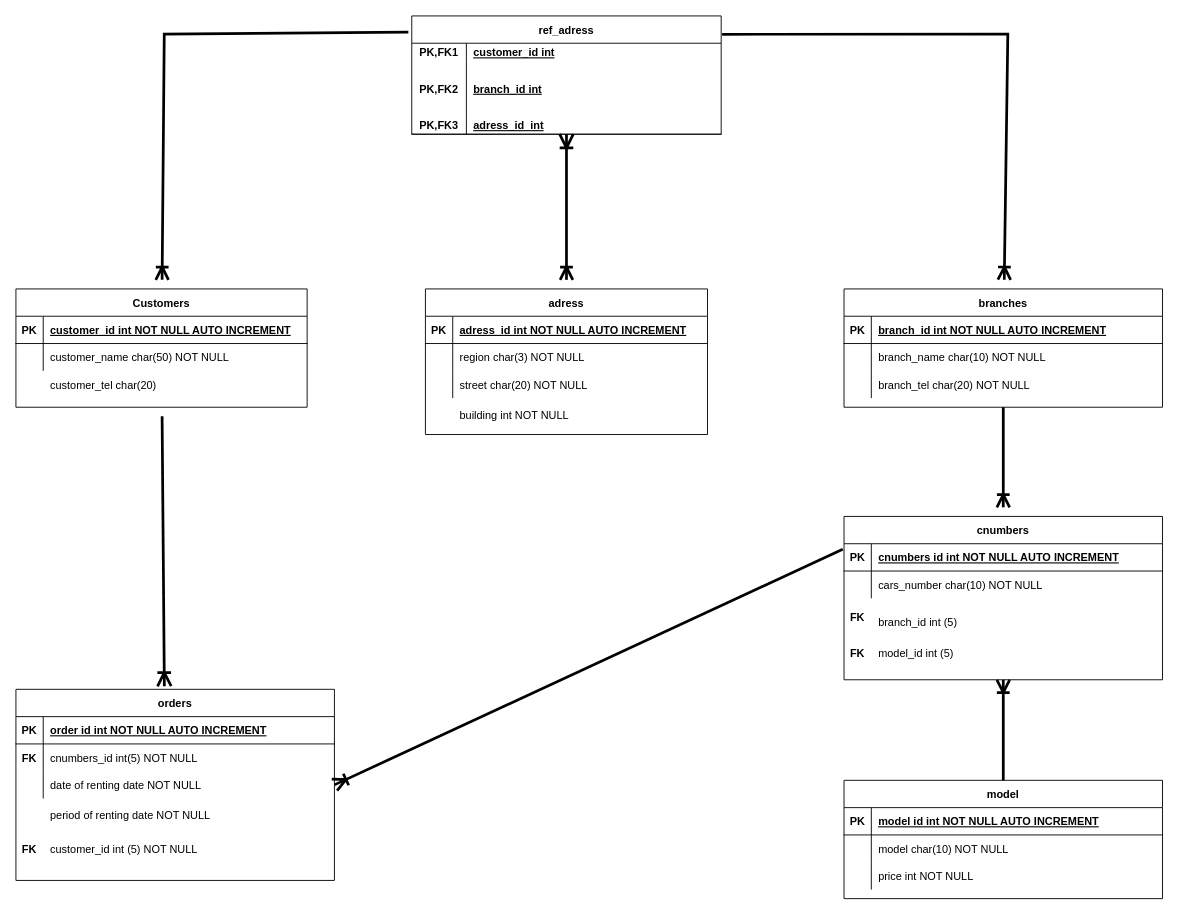
The draw.io diagram DB/proj.drawio in ho1331/python-education, before the edit. Source tidied: cells renumbered, new cells numbered last; positions are measured from the earlier drawing's top-left corner, leaving out a move shared by most shapes. Both pictures are drawn from the tidied source at 91%, with x=0, y=0 at pixel (15, 15).
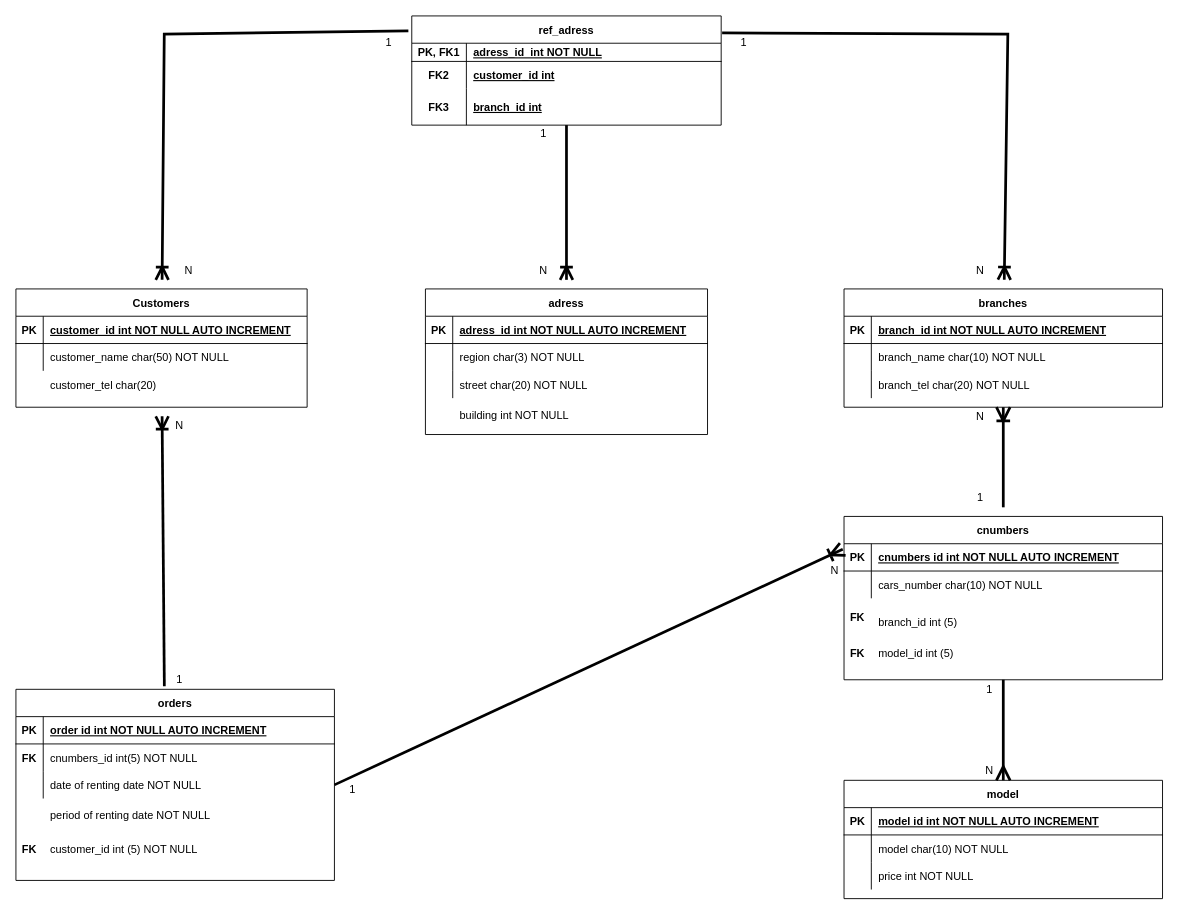
After the change.

Unchanged cells that the change refers to:
```xml
<mxCell id="3" value="branches" style="shape=table;startSize=30;childLayout=tableLayout;rowLines=0;fontStyle=1;align=center;" parent="1" vertex="1">
  <mxGeometry x="910" y="300" width="350" height="130" as="geometry" />
</mxCell>
<mxCell id="24" value="Customers" style="shape=table;startSize=30;childLayout=tableLayout;rowLines=0;fontStyle=1;align=center;" parent="23" vertex="1">
  <mxGeometry width="320" height="130" as="geometry" />
</mxCell>
<mxCell id="34" value="model" style="shape=table;startSize=30;childLayout=tableLayout;rowLines=0;fontStyle=1;align=center;" parent="1" vertex="1">
  <mxGeometry x="910" y="840" width="350" height="130" as="geometry" />
</mxCell>
<mxCell id="46" value="adress" style="shape=table;startSize=30;childLayout=tableLayout;rowLines=0;fontStyle=1;align=center;" parent="45" vertex="1">
  <mxGeometry width="310" height="160" as="geometry" />
</mxCell>
<mxCell id="57" style="group;" parent="1" vertex="1">
  <mxGeometry x="910" y="550" width="350" height="290" as="geometry" />
</mxCell>
<mxCell id="58" style="group;" parent="57" vertex="1">
  <mxGeometry width="350" height="248.6" as="geometry" />
</mxCell>
<mxCell id="60" value="cnumbers" style="shape=table;startSize=30;childLayout=tableLayout;rowLines=0;fontStyle=1;align=center;" parent="59" vertex="1">
  <mxGeometry width="350" height="179.5" as="geometry" />
</mxCell>
<mxCell id="61" style="shape=partialRectangle;fillColor=none;points=[[0,0.5],[1,0.5]];portConstraint=eastwest;top=0;left=0;right=0;bottom=1;" parent="60" vertex="1">
  <mxGeometry y="30" width="350" height="30" as="geometry" />
</mxCell>
<mxCell id="73" value="orders" style="shape=table;startSize=30;childLayout=tableLayout;rowLines=0;fontStyle=1;align=center;" parent="72" vertex="1">
  <mxGeometry width="350" height="210" as="geometry" />
</mxCell>
<mxCell id="80" style="shape=partialRectangle;fillColor=none;points=[[0,0.5],[1,0.5]];portConstraint=eastwest;top=0;left=0;right=0;bottom=0;" parent="73" vertex="1">
  <mxGeometry y="90" width="350" height="30" as="geometry" />
</mxCell>
```

The edit, as a diff of the source:
```diff
@@
     <mxCell id="13" value="ref_adress" style="shape=table;startSize=30;childLayout=tableLayout;rowLines=0;fontStyle=1;align=center;" parent="1" vertex="1">
-      <mxGeometry x="435" width="340" height="130" as="geometry" />
+      <mxGeometry x="435" width="340" height="120" as="geometry" />
     </mxCell>
+    <mxCell id="20" style="shape=partialRectangle;fillColor=none;top=0;left=0;bottom=1;right=0;" parent="13" vertex="1">
+      <mxGeometry y="30" width="340" height="20" as="geometry" />
+    </mxCell>
+    <mxCell id="21" value="PK, FK1" style="shape=partialRectangle;fillColor=none;top=0;left=0;bottom=0;right=0;fontStyle=1;overflow=hidden;" parent="20" vertex="1">
+      <mxGeometry width="60" height="20" as="geometry" />
+    </mxCell>
+    <mxCell id="22" value="adress_id  int NOT NULL" style="shape=partialRectangle;fillColor=none;top=0;left=0;bottom=0;right=0;align=left;spacingLeft=6;fontStyle=5;overflow=hidden;" parent="20" vertex="1">
+      <mxGeometry x="60" width="280" height="20" as="geometry" />
+    </mxCell>
     <mxCell id="14" style="shape=partialRectangle;fillColor=none;top=0;left=0;bottom=0;right=0;" parent="13" vertex="1">
-      <mxGeometry y="30" width="340" height="20" as="geometry" />
+      <mxGeometry y="50" width="340" height="30" as="geometry" />
     </mxCell>
-    <mxCell id="15" value="PK,FK1" style="shape=partialRectangle;fillColor=none;top=0;left=0;bottom=0;right=0;fontStyle=1;overflow=hidden;" parent="14" vertex="1">
-      <mxGeometry width="60" height="20" as="geometry" />
+    <mxCell id="15" value="FK2" style="shape=partialRectangle;fillColor=none;top=0;left=0;bottom=0;right=0;fontStyle=1;overflow=hidden;" parent="14" vertex="1">
+      <mxGeometry width="60" height="30" as="geometry" />
     </mxCell>
     <mxCell id="16" value="customer_id int" style="shape=partialRectangle;fillColor=none;top=0;left=0;bottom=0;right=0;align=left;spacingLeft=6;fontStyle=5;overflow=hidden;" parent="14" vertex="1">
-      <mxGeometry x="60" width="280" height="20" as="geometry" />
+      <mxGeometry x="60" width="280" height="30" as="geometry" />
     </mxCell>
     <mxCell id="17" style="shape=partialRectangle;fillColor=none;top=0;left=0;bottom=0;right=0;" parent="13" vertex="1">
-      <mxGeometry y="50" width="340" height="60" as="geometry" />
+      <mxGeometry y="80" width="340" height="40" as="geometry" />
     </mxCell>
-    <mxCell id="18" value="PK,FK2" style="shape=partialRectangle;fillColor=none;top=0;left=0;bottom=0;right=0;overflow=hidden;fontStyle=1;" parent="17" vertex="1">
-      <mxGeometry width="60" height="60" as="geometry" />
+    <mxCell id="18" value="FK3" style="shape=partialRectangle;fillColor=none;top=0;left=0;bottom=0;right=0;overflow=hidden;fontStyle=1;" parent="17" vertex="1">
+      <mxGeometry width="60" height="40" as="geometry" />
     </mxCell>
     <mxCell id="19" value="branch_id int" style="shape=partialRectangle;fillColor=none;top=0;left=0;bottom=0;right=0;align=left;spacingLeft=6;overflow=hidden;fontStyle=5;" parent="17" vertex="1">
-      <mxGeometry x="60" width="280" height="60" as="geometry" />
+      <mxGeometry x="60" width="280" height="40" as="geometry" />
     </mxCell>
-    <mxCell id="20" style="shape=partialRectangle;fillColor=none;top=0;left=0;bottom=1;right=0;" parent="13" vertex="1">
-      <mxGeometry y="110" width="340" height="20" as="geometry" />
-    </mxCell>
-    <mxCell id="21" value="PK,FK3" style="shape=partialRectangle;fillColor=none;top=0;left=0;bottom=0;right=0;fontStyle=1;overflow=hidden;" parent="20" vertex="1">
-      <mxGeometry width="60" height="20" as="geometry" />
-    </mxCell>
-    <mxCell id="22" value="adress_id  int" style="shape=partialRectangle;fillColor=none;top=0;left=0;bottom=0;right=0;align=left;spacingLeft=6;fontStyle=5;overflow=hidden;" parent="20" vertex="1">
-      <mxGeometry x="60" width="280" height="20" as="geometry" />
-    </mxCell>
@@
+    <mxCell id="92" value="1" style="text;html=1;strokeColor=none;fillColor=none;align=center;verticalAlign=middle;whiteSpace=wrap;rounded=0;" parent="58" vertex="1">
+      <mxGeometry x="140" y="179.5" width="40" height="20" as="geometry" />
+    </mxCell>
+    <mxCell id="93" value="N" style="text;html=1;strokeColor=none;fillColor=none;align=center;verticalAlign=middle;whiteSpace=wrap;rounded=0;" parent="57" vertex="1">
+      <mxGeometry x="140" y="270" width="40" height="20" as="geometry" />
+    </mxCell>
@@
-    <mxCell id="71" style="edgeStyle=none;rounded=0;jumpSize=9;jettySize=auto;html=1;entryX=0.5;entryY=1;entryDx=0;entryDy=0;startArrow=ERoneToMany;startFill=0;endArrow=ERoneToMany;endFill=0;startSize=10;endSize=11;sourcePerimeterSpacing=10;targetPerimeterSpacing=10;strokeWidth=3;" parent="1" edge="1" source="46" target="13">
+    <mxCell id="71" style="edgeStyle=none;rounded=0;jumpSize=9;jettySize=auto;html=1;entryX=0.5;entryY=1;entryDx=0;entryDy=0;startArrow=ERoneToMany;startFill=0;endArrow=none;endFill=0;startSize=10;endSize=11;sourcePerimeterSpacing=10;targetPerimeterSpacing=10;strokeWidth=3;" parent="1" edge="1" source="46" target="13">
       <mxGeometry relative="1" as="geometry" />
     </mxCell>
@@
-    <mxCell id="87" style="edgeStyle=none;rounded=0;jumpSize=9;jettySize=auto;html=1;entryX=0.466;entryY=-0.016;entryDx=0;entryDy=0;entryPerimeter=0;startArrow=none;startFill=0;endArrow=ERoneToMany;endFill=0;startSize=10;endSize=11;sourcePerimeterSpacing=10;targetPerimeterSpacing=10;strokeWidth=3;" parent="1" edge="1" source="24" target="73">
+    <mxCell id="87" style="edgeStyle=none;rounded=0;jumpSize=9;jettySize=auto;html=1;entryX=0.466;entryY=-0.016;entryDx=0;entryDy=0;entryPerimeter=0;startArrow=ERoneToMany;startFill=0;endArrow=none;endFill=0;startSize=10;endSize=11;sourcePerimeterSpacing=10;targetPerimeterSpacing=10;strokeWidth=3;" parent="1" edge="1" source="24" target="73">
       <mxGeometry relative="1" as="geometry" />
     </mxCell>
-    <mxCell id="88" style="edgeStyle=none;rounded=0;jumpSize=9;jettySize=auto;html=1;entryX=-0.004;entryY=0.202;entryDx=0;entryDy=0;entryPerimeter=0;startArrow=ERoneToMany;startFill=0;endArrow=none;endFill=0;startSize=10;endSize=11;sourcePerimeterSpacing=10;targetPerimeterSpacing=10;strokeWidth=3;exitX=1;exitY=0.5;exitDx=0;exitDy=0;" parent="1" edge="1" source="80" target="61">
+    <mxCell id="88" style="edgeStyle=none;rounded=0;jumpSize=9;jettySize=auto;html=1;entryX=-0.004;entryY=0.202;entryDx=0;entryDy=0;entryPerimeter=0;startArrow=none;startFill=0;endArrow=ERoneToMany;endFill=0;startSize=10;endSize=11;sourcePerimeterSpacing=10;targetPerimeterSpacing=10;strokeWidth=3;exitX=1;exitY=0.5;exitDx=0;exitDy=0;" parent="1" edge="1" source="80" target="61">
       <mxGeometry relative="1" as="geometry" />
     </mxCell>
@@
-    <mxCell id="90" style="edgeStyle=none;rounded=0;jumpSize=9;jettySize=auto;html=1;entryX=0.5;entryY=1;entryDx=0;entryDy=0;startArrow=ERoneToMany;startFill=0;endArrow=none;endFill=0;startSize=10;endSize=11;sourcePerimeterSpacing=10;targetPerimeterSpacing=10;strokeWidth=3;" parent="1" edge="1" source="60" target="3">
+    <mxCell id="90" style="edgeStyle=none;rounded=0;jumpSize=9;jettySize=auto;html=1;entryX=0.5;entryY=1;entryDx=0;entryDy=0;startArrow=none;startFill=0;endArrow=ERoneToMany;endFill=0;startSize=10;endSize=11;sourcePerimeterSpacing=10;targetPerimeterSpacing=10;strokeWidth=3;" parent="1" edge="1" source="60" target="3">
       <mxGeometry relative="1" as="geometry" />
     </mxCell>
-    <mxCell id="91" style="edgeStyle=none;rounded=0;jumpSize=9;jettySize=auto;html=1;exitX=0.5;exitY=1;exitDx=0;exitDy=0;entryX=0.5;entryY=0;entryDx=0;entryDy=0;startArrow=ERoneToMany;startFill=0;endArrow=none;endFill=0;startSize=10;endSize=11;sourcePerimeterSpacing=10;targetPerimeterSpacing=10;strokeWidth=3;" parent="1" edge="1" source="60" target="34">
+    <mxCell id="91" style="edgeStyle=none;rounded=0;jumpSize=9;jettySize=auto;html=1;exitX=0.5;exitY=1;exitDx=0;exitDy=0;entryX=0.5;entryY=0;entryDx=0;entryDy=0;startArrow=none;startFill=0;endArrow=ERmany;endFill=0;startSize=10;endSize=11;sourcePerimeterSpacing=10;targetPerimeterSpacing=10;strokeWidth=3;" parent="1" edge="1" source="60" target="34">
       <mxGeometry relative="1" as="geometry" />
     </mxCell>
+    <mxCell id="94" value="1" style="text;html=1;strokeColor=none;fillColor=none;align=center;verticalAlign=middle;whiteSpace=wrap;rounded=0;" parent="1" vertex="1">
+      <mxGeometry x="390" y="20" width="40" height="20" as="geometry" />
+    </mxCell>
+    <mxCell id="95" value="1" style="text;html=1;strokeColor=none;fillColor=none;align=center;verticalAlign=middle;whiteSpace=wrap;rounded=0;" parent="1" vertex="1">
+      <mxGeometry x="560" y="120" width="40" height="20" as="geometry" />
+    </mxCell>
+    <mxCell id="96" value="1" style="text;html=1;strokeColor=none;fillColor=none;align=center;verticalAlign=middle;whiteSpace=wrap;rounded=0;" parent="1" vertex="1">
+      <mxGeometry x="780" y="20" width="40" height="20" as="geometry" />
+    </mxCell>
+    <mxCell id="97" value="1" style="text;html=1;strokeColor=none;fillColor=none;align=center;verticalAlign=middle;whiteSpace=wrap;rounded=0;" parent="1" vertex="1">
+      <mxGeometry x="1040" y="520" width="40" height="20" as="geometry" />
+    </mxCell>
+    <mxCell id="98" value="1" style="text;html=1;strokeColor=none;fillColor=none;align=center;verticalAlign=middle;whiteSpace=wrap;rounded=0;" parent="1" vertex="1">
+      <mxGeometry x="350" y="840" width="40" height="20" as="geometry" />
+    </mxCell>
+    <mxCell id="99" value="1" style="text;html=1;strokeColor=none;fillColor=none;align=center;verticalAlign=middle;whiteSpace=wrap;rounded=0;" parent="1" vertex="1">
+      <mxGeometry x="160" y="720" width="40" height="20" as="geometry" />
+    </mxCell>
+    <mxCell id="100" value="N" style="text;html=1;strokeColor=none;fillColor=none;align=center;verticalAlign=middle;whiteSpace=wrap;rounded=0;" parent="1" vertex="1">
+      <mxGeometry x="170" y="270" width="40" height="20" as="geometry" />
+    </mxCell>
+    <mxCell id="101" value="N" style="text;html=1;strokeColor=none;fillColor=none;align=center;verticalAlign=middle;whiteSpace=wrap;rounded=0;" parent="1" vertex="1">
+      <mxGeometry x="160" y="440" width="40" height="20" as="geometry" />
+    </mxCell>
+    <mxCell id="102" value="N" style="text;html=1;strokeColor=none;fillColor=none;align=center;verticalAlign=middle;whiteSpace=wrap;rounded=0;" parent="1" vertex="1">
+      <mxGeometry x="560" y="270" width="40" height="20" as="geometry" />
+    </mxCell>
+    <mxCell id="103" value="N" style="text;html=1;strokeColor=none;fillColor=none;align=center;verticalAlign=middle;whiteSpace=wrap;rounded=0;" parent="1" vertex="1">
+      <mxGeometry x="1040" y="270" width="40" height="20" as="geometry" />
+    </mxCell>
+    <mxCell id="104" value="N" style="text;html=1;strokeColor=none;fillColor=none;align=center;verticalAlign=middle;whiteSpace=wrap;rounded=0;" parent="1" vertex="1">
+      <mxGeometry x="1040" y="430" width="40" height="20" as="geometry" />
+    </mxCell>
+    <mxCell id="105" value="N" style="text;html=1;strokeColor=none;fillColor=none;align=center;verticalAlign=middle;whiteSpace=wrap;rounded=0;" parent="1" vertex="1">
+      <mxGeometry x="880" y="600" width="40" height="20" as="geometry" />
+    </mxCell>
```
